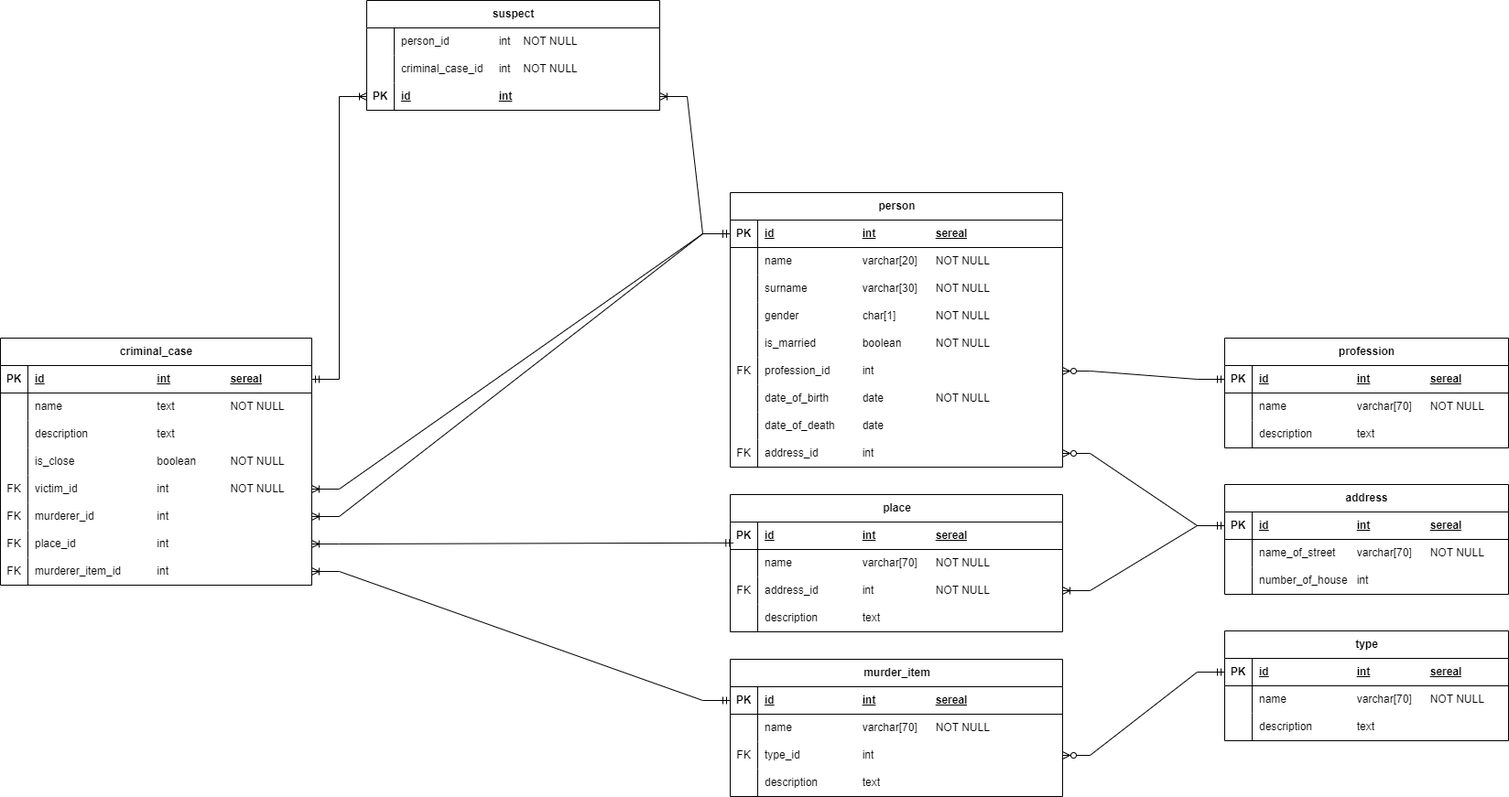
Earlier version of the draw.io export 1 year/DataBases/lab1/pictures/data.png (vnikolaenko-dev/ITMO). Source tidied: cells renumbered, new cells last; positions are measured from the earlier drawing's top-left corner, leaving out a move shared by most shapes.
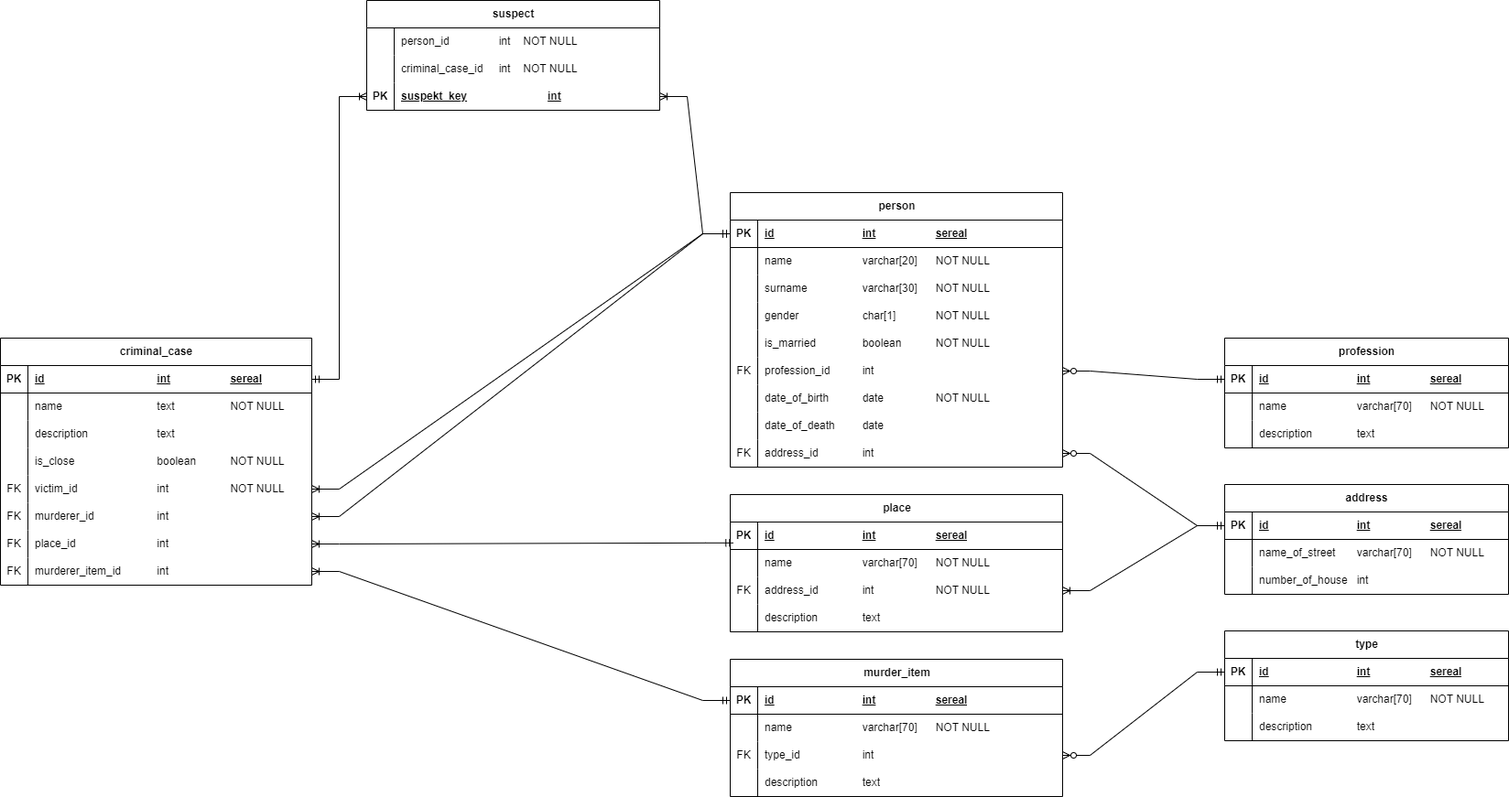
Above is the later version.

Diff of the diagram source:
```diff
@@ -380,7 +380,7 @@
     <mxCell id="127" value="PK" style="shape=partialRectangle;fillColor=none;top=0;left=0;bottom=0;right=0;fontStyle=1;overflow=hidden;whiteSpace=wrap;html=1;" parent="126" vertex="1">
       <mxGeometry width="30" height="30" as="geometry" />
     </mxCell>
-    <mxCell id="128" value="id&lt;span style=&quot;white-space: pre;&quot;&gt;&#9;&lt;/span&gt;&lt;span style=&quot;white-space: pre;&quot;&gt;&#9;&lt;/span&gt;&lt;span style=&quot;white-space: pre;&quot;&gt;&#9;&lt;/span&gt;&lt;span style=&quot;white-space: pre;&quot;&gt;&#9;&lt;/span&gt;int&lt;span style=&quot;white-space: pre;&quot;&gt;&#9;&lt;/span&gt;" style="shape=partialRectangle;fillColor=none;top=0;left=0;bottom=0;right=0;align=left;spacingLeft=6;fontStyle=5;overflow=hidden;whiteSpace=wrap;html=1;" parent="126" vertex="1">
+    <mxCell id="128" value="suspekt_key&lt;span style=&quot;white-space: pre;&quot;&gt;&#9;&lt;/span&gt;&lt;span style=&quot;white-space: pre;&quot;&gt;&#9;&lt;/span&gt;&lt;span style=&quot;white-space: pre;&quot;&gt;&#9;&lt;/span&gt;&lt;span style=&quot;white-space: pre;&quot;&gt;&#9;&lt;/span&gt;int&lt;span style=&quot;white-space: pre;&quot;&gt;&#9;&lt;/span&gt;" style="shape=partialRectangle;fillColor=none;top=0;left=0;bottom=0;right=0;align=left;spacingLeft=6;fontStyle=5;overflow=hidden;whiteSpace=wrap;html=1;" parent="126" vertex="1">
       <mxGeometry x="30" width="290" height="30" as="geometry" />
     </mxCell>
     <mxCell id="129" style="edgeStyle=entityRelationEdgeStyle;fontSize=12;html=1;endArrow=ERoneToMany;startArrow=ERmandOne;rounded=0;exitX=0;exitY=0.5;exitDx=0;exitDy=0;entryX=1;entryY=0.5;entryDx=0;entryDy=0;" parent="1" edge="1" source="9" target="126">
```
